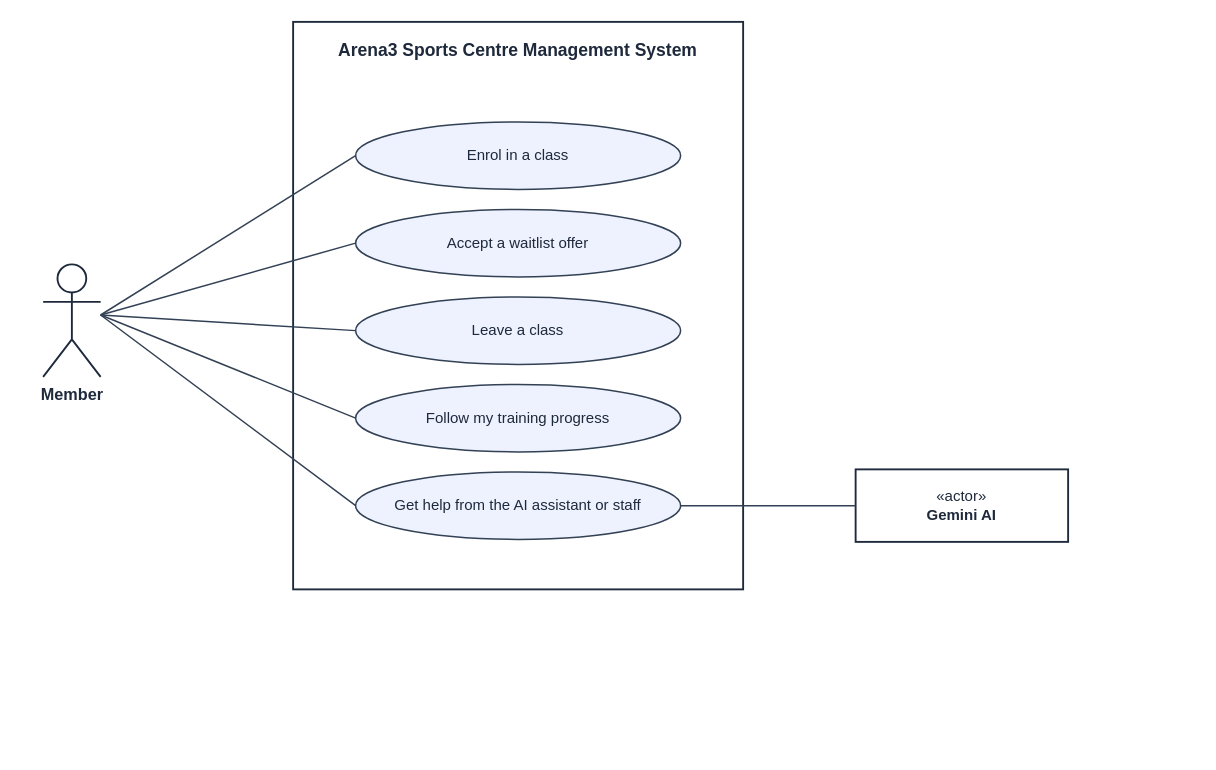
Before: docs/diagrams/srs/05-uc-member-classes.drawio in facingshootingstar/Arena3, a draw.io diagram. Source tidied: cells renumbered, new cells numbered last; positions are measured from the earlier drawing's top-left corner, leaving out a move shared by most shapes. Both pictures are drawn from the tidied source at 125%, with x=0, y=0 at pixel (42, 21).
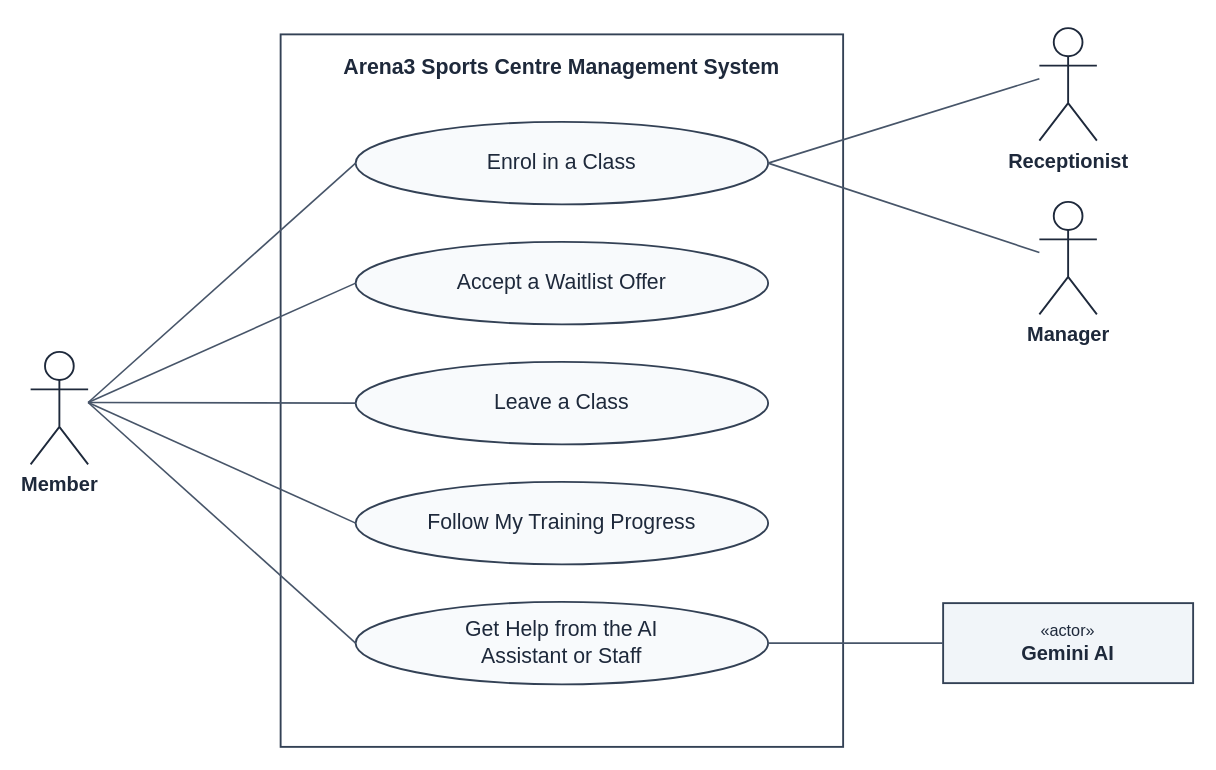
The same diagram, later.

Change to the diagram source:
```diff
@@
 <mxGraphModel background="#ffffff">
   <root>
     <mxCell id="0" />
     <mxCell id="1" parent="0" />
-    <mxCell id="2" value="Arena3 Sports Centre Management System" style="rounded=0;whiteSpace=wrap;html=1;fillColor=none;strokeColor=#1e293b;strokeWidth=1.5;verticalAlign=top;align=center;spacingTop=8;fontFamily=Helvetica;fontSize=14;fontStyle=1;fontColor=#1e293b;" parent="1" vertex="1">
-      <mxGeometry x="200" width="360" height="454" as="geometry" />
+    <mxCell id="2" value="Arena3 Sports Centre Management System" style="rounded=0;whiteSpace=wrap;html=1;fillColor=none;strokeColor=#334155;strokeWidth=1.5;verticalAlign=top;align=center;spacingTop=10;fontFamily=Helvetica;fontSize=17;fontStyle=1;fontColor=#1e293b;" parent="1" vertex="1">
+      <mxGeometry x="190" y="10" width="450" height="570" as="geometry" />
     </mxCell>
-    <mxCell id="3" value="Enrol in a class" style="ellipse;whiteSpace=wrap;html=1;fillColor=#eef2ff;strokeColor=#334155;strokeWidth=1.2;fontFamily=Helvetica;fontSize=12;fontColor=#1e293b;" parent="1" vertex="1">
-      <mxGeometry x="250" y="80" width="260" height="54" as="geometry" />
-    </mxCell>
-    <mxCell id="4" value="Accept a waitlist offer" style="ellipse;whiteSpace=wrap;html=1;fillColor=#eef2ff;strokeColor=#334155;strokeWidth=1.2;fontFamily=Helvetica;fontSize=12;fontColor=#1e293b;" parent="1" vertex="1">
-      <mxGeometry x="250" y="150" width="260" height="54" as="geometry" />
-    </mxCell>
-    <mxCell id="5" value="Leave a class" style="ellipse;whiteSpace=wrap;html=1;fillColor=#eef2ff;strokeColor=#334155;strokeWidth=1.2;fontFamily=Helvetica;fontSize=12;fontColor=#1e293b;" parent="1" vertex="1">
-      <mxGeometry x="250" y="220" width="260" height="54" as="geometry" />
-    </mxCell>
-    <mxCell id="6" value="Follow my training progress" style="ellipse;whiteSpace=wrap;html=1;fillColor=#eef2ff;strokeColor=#334155;strokeWidth=1.2;fontFamily=Helvetica;fontSize=12;fontColor=#1e293b;" parent="1" vertex="1">
-      <mxGeometry x="250" y="290" width="260" height="54" as="geometry" />
-    </mxCell>
-    <mxCell id="7" value="Get help from the AI assistant or staff" style="ellipse;whiteSpace=wrap;html=1;fillColor=#eef2ff;strokeColor=#334155;strokeWidth=1.2;fontFamily=Helvetica;fontSize=12;fontColor=#1e293b;" parent="1" vertex="1">
-      <mxGeometry x="250" y="360" width="260" height="54" as="geometry" />
-    </mxCell>
+    <mxCell id="16" value="Enrol in a Class" style="ellipse;whiteSpace=wrap;html=1;spacingLeft=22;spacingRight=22;fillColor=#f8fafc;strokeColor=#334155;strokeWidth=1.5;fontFamily=Helvetica;fontSize=17;fontColor=#1e293b;" parent="1" vertex="1">
+      <mxGeometry x="250" y="80" width="330" height="66" as="geometry" />
+    </mxCell>
+    <mxCell id="17" value="Accept a Waitlist Offer" style="ellipse;whiteSpace=wrap;html=1;spacingLeft=22;spacingRight=22;fillColor=#f8fafc;strokeColor=#334155;strokeWidth=1.5;fontFamily=Helvetica;fontSize=17;fontColor=#1e293b;" parent="1" vertex="1">
+      <mxGeometry x="250" y="176" width="330" height="66" as="geometry" />
+    </mxCell>
+    <mxCell id="18" value="Leave a Class" style="ellipse;whiteSpace=wrap;html=1;spacingLeft=22;spacingRight=22;fillColor=#f8fafc;strokeColor=#334155;strokeWidth=1.5;fontFamily=Helvetica;fontSize=17;fontColor=#1e293b;" parent="1" vertex="1">
+      <mxGeometry x="250" y="272" width="330" height="66" as="geometry" />
+    </mxCell>
+    <mxCell id="19" value="Follow My Training Progress" style="ellipse;whiteSpace=wrap;html=1;spacingLeft=22;spacingRight=22;fillColor=#f8fafc;strokeColor=#334155;strokeWidth=1.5;fontFamily=Helvetica;fontSize=17;fontColor=#1e293b;" parent="1" vertex="1">
+      <mxGeometry x="250" y="368" width="330" height="66" as="geometry" />
+    </mxCell>
+    <mxCell id="20" value="Get Help from the AI&lt;br&gt;Assistant or Staff" style="ellipse;whiteSpace=wrap;html=1;spacingLeft=22;spacingRight=22;fillColor=#f8fafc;strokeColor=#334155;strokeWidth=1.5;fontFamily=Helvetica;fontSize=17;fontColor=#1e293b;" parent="1" vertex="1">
+      <mxGeometry x="250" y="464" width="330" height="66" as="geometry" />
+    </mxCell>
-    <mxCell id="8" value="Member" style="shape=umlActor;verticalLabelPosition=bottom;verticalAlign=top;html=1;outlineConnect=0;fillColor=#ffffff;strokeColor=#1e293b;strokeWidth=1.5;fontFamily=Helvetica;fontSize=13;fontStyle=1;fontColor=#1e293b;" parent="1" vertex="1">
-      <mxGeometry y="194" width="46" height="90" as="geometry" />
+    <mxCell id="8" value="Member" style="shape=umlActor;verticalLabelPosition=bottom;verticalAlign=top;html=1;outlineConnect=0;fillColor=#ffffff;strokeColor=#1e293b;strokeWidth=1.5;fontFamily=Helvetica;fontSize=16;fontStyle=1;fontColor=#1e293b;" parent="1" vertex="1">
+      <mxGeometry x="-10" y="264" width="46" height="90" as="geometry" />
     </mxCell>
-    <mxCell id="9" style="endArrow=none;html=1;rounded=0;edgeStyle=none;strokeColor=#334155;strokeWidth=1.2;exitX=1.0000;exitY=0.4500;exitDx=0;exitDy=0;exitPerimeter=0;entryX=0.0000;entryY=0.5000;entryDx=0;entryDy=0;entryPerimeter=0;" parent="1" edge="1" source="8" target="3">
+    <mxCell id="9" style="endArrow=none;html=1;rounded=0;edgeStyle=none;strokeColor=#475569;strokeWidth=1.3;exitX=1.0000;exitY=0.4500;exitDx=0;exitDy=0;exitPerimeter=0;entryX=0.0000;entryY=0.5000;entryDx=0;entryDy=0;entryPerimeter=0;" parent="1" edge="1" source="8" target="16">
       <mxGeometry relative="1" as="geometry" />
     </mxCell>
-    <mxCell id="10" style="endArrow=none;html=1;rounded=0;edgeStyle=none;strokeColor=#334155;strokeWidth=1.2;exitX=1.0000;exitY=0.4500;exitDx=0;exitDy=0;exitPerimeter=0;entryX=0.0000;entryY=0.5000;entryDx=0;entryDy=0;entryPerimeter=0;" parent="1" edge="1" source="8" target="4">
+    <mxCell id="10" style="endArrow=none;html=1;rounded=0;edgeStyle=none;strokeColor=#475569;strokeWidth=1.3;exitX=1.0000;exitY=0.4500;exitDx=0;exitDy=0;exitPerimeter=0;entryX=0.0000;entryY=0.5000;entryDx=0;entryDy=0;entryPerimeter=0;" parent="1" edge="1" source="8" target="17">
       <mxGeometry relative="1" as="geometry" />
     </mxCell>
-    <mxCell id="11" style="endArrow=none;html=1;rounded=0;edgeStyle=none;strokeColor=#334155;strokeWidth=1.2;exitX=1.0000;exitY=0.4500;exitDx=0;exitDy=0;exitPerimeter=0;entryX=0.0000;entryY=0.5000;entryDx=0;entryDy=0;entryPerimeter=0;" parent="1" edge="1" source="8" target="5">
+    <mxCell id="11" style="endArrow=none;html=1;rounded=0;edgeStyle=none;strokeColor=#475569;strokeWidth=1.3;exitX=1.0000;exitY=0.4500;exitDx=0;exitDy=0;exitPerimeter=0;entryX=0.0000;entryY=0.5000;entryDx=0;entryDy=0;entryPerimeter=0;" parent="1" edge="1" source="8" target="18">
       <mxGeometry relative="1" as="geometry" />
     </mxCell>
-    <mxCell id="12" style="endArrow=none;html=1;rounded=0;edgeStyle=none;strokeColor=#334155;strokeWidth=1.2;exitX=1.0000;exitY=0.4500;exitDx=0;exitDy=0;exitPerimeter=0;entryX=0.0000;entryY=0.5000;entryDx=0;entryDy=0;entryPerimeter=0;" parent="1" edge="1" source="8" target="6">
+    <mxCell id="12" style="endArrow=none;html=1;rounded=0;edgeStyle=none;strokeColor=#475569;strokeWidth=1.3;exitX=1.0000;exitY=0.4500;exitDx=0;exitDy=0;exitPerimeter=0;entryX=0.0000;entryY=0.5000;entryDx=0;entryDy=0;entryPerimeter=0;" parent="1" edge="1" source="8" target="19">
       <mxGeometry relative="1" as="geometry" />
     </mxCell>
-    <mxCell id="13" style="endArrow=none;html=1;rounded=0;edgeStyle=none;strokeColor=#334155;strokeWidth=1.2;exitX=1.0000;exitY=0.4500;exitDx=0;exitDy=0;exitPerimeter=0;entryX=0.0000;entryY=0.5000;entryDx=0;entryDy=0;entryPerimeter=0;" parent="1" edge="1" source="8" target="7">
+    <mxCell id="13" style="endArrow=none;html=1;rounded=0;edgeStyle=none;strokeColor=#475569;strokeWidth=1.3;exitX=1.0000;exitY=0.4500;exitDx=0;exitDy=0;exitPerimeter=0;entryX=0.0000;entryY=0.5000;entryDx=0;entryDy=0;entryPerimeter=0;" parent="1" edge="1" source="8" target="20">
       <mxGeometry relative="1" as="geometry" />
     </mxCell>
+    <mxCell id="21" value="Receptionist" style="shape=umlActor;verticalLabelPosition=bottom;verticalAlign=top;html=1;outlineConnect=0;fillColor=#ffffff;strokeColor=#1e293b;strokeWidth=1.5;fontFamily=Helvetica;fontSize=16;fontStyle=1;fontColor=#1e293b;" parent="1" vertex="1">
+      <mxGeometry x="797" y="5" width="46" height="90" as="geometry" />
+    </mxCell>
+    <mxCell id="22" style="endArrow=none;html=1;rounded=0;edgeStyle=none;strokeColor=#475569;strokeWidth=1.3;exitX=1.0000;exitY=0.5000;exitDx=0;exitDy=0;exitPerimeter=0;entryX=0.0000;entryY=0.4500;entryDx=0;entryDy=0;entryPerimeter=0;" parent="1" edge="1" source="16" target="21">
+      <mxGeometry relative="1" as="geometry" />
+    </mxCell>
+    <mxCell id="23" value="Manager" style="shape=umlActor;verticalLabelPosition=bottom;verticalAlign=top;html=1;outlineConnect=0;fillColor=#ffffff;strokeColor=#1e293b;strokeWidth=1.5;fontFamily=Helvetica;fontSize=16;fontStyle=1;fontColor=#1e293b;" parent="1" vertex="1">
+      <mxGeometry x="797" y="144" width="46" height="90" as="geometry" />
+    </mxCell>
+    <mxCell id="24" style="endArrow=none;html=1;rounded=0;edgeStyle=none;strokeColor=#475569;strokeWidth=1.3;exitX=1.0000;exitY=0.5000;exitDx=0;exitDy=0;exitPerimeter=0;entryX=0.0000;entryY=0.4500;entryDx=0;entryDy=0;entryPerimeter=0;" parent="1" edge="1" source="16" target="23">
+      <mxGeometry relative="1" as="geometry" />
+    </mxCell>
-    <mxCell id="14" value="&amp;laquo;actor&amp;raquo;&lt;br&gt;&lt;b&gt;Gemini AI&lt;/b&gt;" style="rounded=0;whiteSpace=wrap;html=1;fillColor=#ffffff;strokeColor=#1e293b;strokeWidth=1.5;fontFamily=Helvetica;fontSize=12;fontColor=#1e293b;" parent="1" vertex="1">
-      <mxGeometry x="650" y="358" width="170" height="58" as="geometry" />
+    <mxCell id="14" value="&amp;laquo;actor&amp;raquo;&lt;br&gt;&lt;b&gt;&lt;font style=&quot;font-size:16px&quot;&gt;Gemini AI&lt;/font&gt;&lt;/b&gt;" style="rounded=0;whiteSpace=wrap;html=1;fillColor=#f1f5f9;strokeColor=#334155;strokeWidth=1.5;fontFamily=Helvetica;fontSize=13;fontColor=#1e293b;" parent="1" vertex="1">
+      <mxGeometry x="720" y="465" width="200" height="64" as="geometry" />
     </mxCell>
-    <mxCell id="15" style="endArrow=none;html=1;rounded=0;edgeStyle=none;strokeColor=#334155;strokeWidth=1.2;exitX=1.0000;exitY=0.5000;exitDx=0;exitDy=0;exitPerimeter=0;entryX=0.0000;entryY=0.5000;entryDx=0;entryDy=0;entryPerimeter=0;" parent="1" edge="1" source="7" target="14">
+    <mxCell id="15" style="endArrow=none;html=1;rounded=0;edgeStyle=none;strokeColor=#475569;strokeWidth=1.3;exitX=1.0000;exitY=0.5000;exitDx=0;exitDy=0;exitPerimeter=0;entryX=0.0000;entryY=0.5000;entryDx=0;entryDy=0;entryPerimeter=0;" parent="1" edge="1" source="20" target="14">
       <mxGeometry relative="1" as="geometry" />
     </mxCell>
   </root>
 </mxGraphModel>
```
